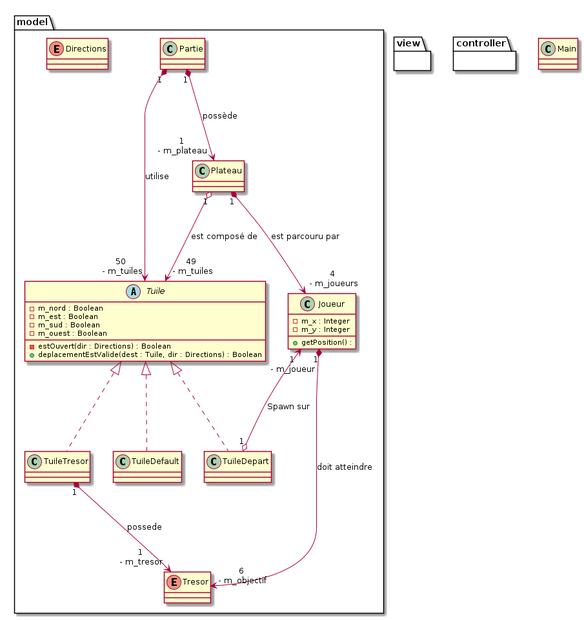
Anybody368/Labyrinthe-Java keeps this PlantUML diagram as labyrinthe.png. Above is the earlier version. Its source is kept beside it as labyrinthe.puml. The source it was exported from:
```plantuml
@startuml

class Main

package model
{
    class Partie
    {

    }

    class Plateau
    {

    }

    abstract class Tuile
    {
        - m_nord : Boolean
        - m_est : Boolean
        - m_sud : Boolean
        - m_ouest : Boolean

        - estOuvert(dir : Directions) : Boolean
        + deplacementEstValide(dest : Tuile, dir : Directions) : Boolean
    }

    enum Directions
    {

    }

    class TuileDefault
    {

    }

    class TuileDepart
    {

    }

    class TuileTresor
    {

    }

    class Joueur
    {
        - m_x : Integer
        - m_y : Integer

        + getPosition() :
    }

    enum Tresor
    {

    }
}

package view
{

}

package controller
{

}

TuileDefault .u..|> Tuile
TuileTresor .u..|> Tuile
TuileDepart .u..|> Tuile

Partie "1" *---> "1\n - m_plateau" Plateau : possède
Partie "1" *---> "50\n - m_tuiles" Tuile : utilise

Plateau "1" o---> "49\n - m_tuiles" Tuile : est composé de
Plateau "1" *---> "4\n - m_joueurs" Joueur : est parcouru par

TuileTresor "1" *---> "1\n - m_tresor" Tresor : possede
TuileDepart "1" o-l--> "1\n - m_joueur" Joueur : Spawn sur

Joueur "1" *---> "6\n - m_objectif" Tresor : doit atteindre

@enduml
```
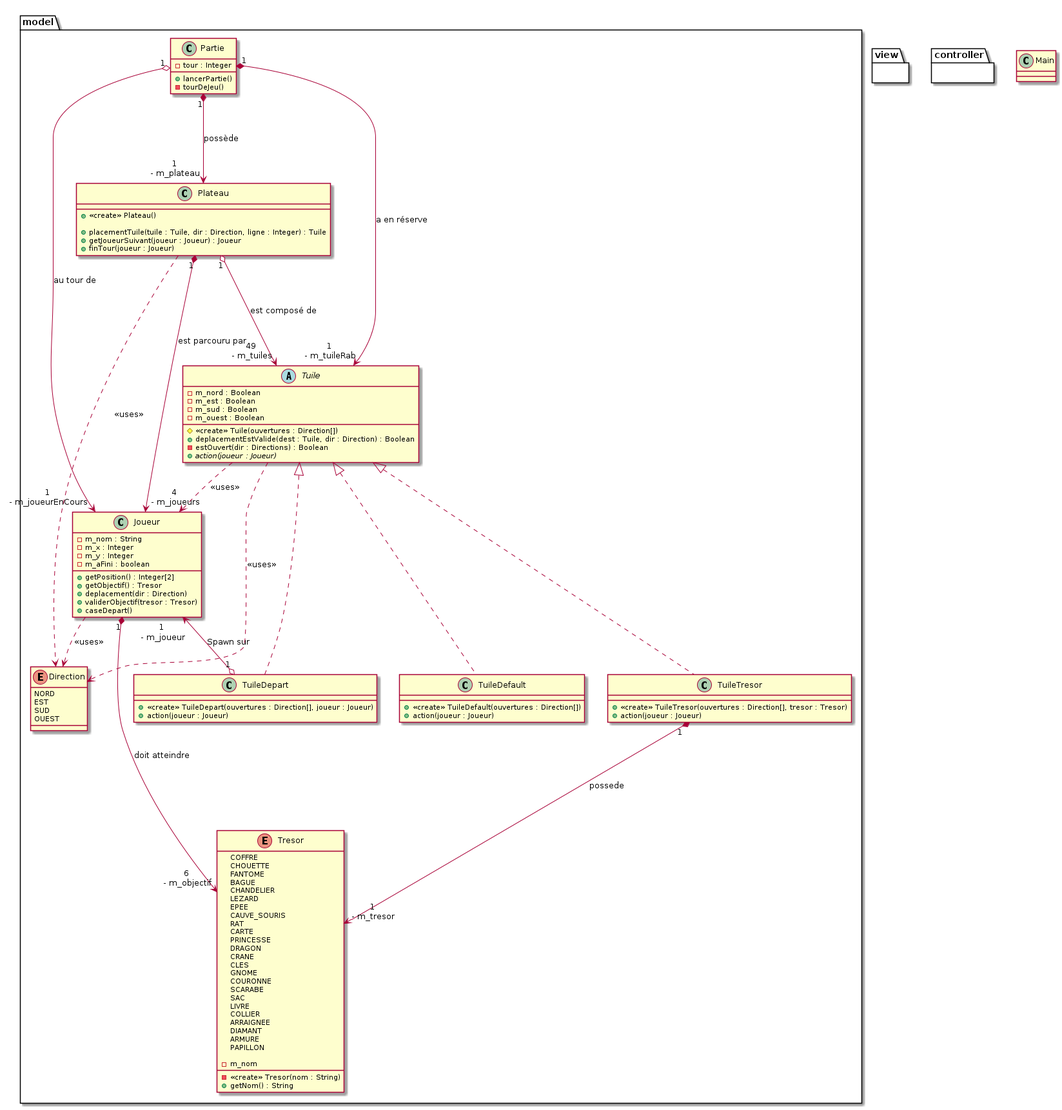
After the change.

Commit message:
Avancement UML

What changed in the source:
```diff
@@ -6,12 +6,28 @@
 {
     class Partie
     {
+        - tour : Integer
 
+        + lancerPartie()
+        - tourDeJeu()
     }
 
     class Plateau
     {
+        + <<create>> Plateau()
 
+        + placementTuile(tuile : Tuile, dir : Direction, ligne : Integer) : Tuile
+        + getJoueurSuivant(joueur : Joueur) : Joueur
+        + finTour(joueur : Joueur)
+    }
+    Plateau ..> Direction : <<uses>>
+
+    enum Direction
+    {
+        NORD
+        EST
+        SUD
+        OUEST
     }
 
     abstract class Tuile
@@ -21,41 +37,77 @@
         - m_sud : Boolean
         - m_ouest : Boolean
 
+        # <<create>> Tuile(ouvertures : Direction[])
+        + deplacementEstValide(dest : Tuile, dir : Direction) : Boolean
         - estOuvert(dir : Directions) : Boolean
-        + deplacementEstValide(dest : Tuile, dir : Directions) : Boolean
+        + {abstract} action(joueur : Joueur)
     }
-
-    enum Directions
-    {
-
-    }
+    Tuile ..> Direction : <<uses>>
+    Tuile ..> Joueur : <<uses>>
 
     class TuileDefault
     {
-
+        + <<create>> TuileDefault(ouvertures : Direction[])
+        + action(joueur : Joueur)
     }
 
     class TuileDepart
     {
-
+        + <<create>> TuileDepart(ouvertures : Direction[], joueur : Joueur)
+        + action(joueur : Joueur)
     }
 
     class TuileTresor
     {
-
+        + <<create>> TuileTresor(ouvertures : Direction[], tresor : Tresor)
+        + action(joueur : Joueur)
     }
 
     class Joueur
     {
+        - m_nom : String
         - m_x : Integer
         - m_y : Integer
+        - m_aFini : boolean
 
-        + getPosition() :
+        + getPosition() : Integer[2]
+        + getObjectif() : Tresor
+        + deplacement(dir : Direction)
+        + validerObjectif(tresor : Tresor)
+        + caseDepart()
     }
+    Joueur ..> Direction : <<uses>>
 
     enum Tresor
     {
+        COFFRE
+        CHOUETTE
+        FANTOME
+        BAGUE
+        CHANDELIER
+        LEZARD
+        EPEE
+        CAUVE_SOURIS
+        RAT
+        CARTE
+        PRINCESSE
+        DRAGON
+        CRANE
+        CLES
+        GNOME
+        COURONNE
+        SCARABE
+        SAC
+        LIVRE
+        COLLIER
+        ARRAIGNEE
+        DIAMANT
+        ARMURE
+        PAPILLON
 
+        - <<create>> Tresor(nom : String)
+        - m_nom
+        + getNom() : String
     }
 }
 
@@ -74,7 +126,8 @@
 TuileDepart .u..|> Tuile
 
 Partie "1" *---> "1\n - m_plateau" Plateau : possède
-Partie "1" *---> "50\n - m_tuiles" Tuile : utilise
+Partie "1" *---> "1\n - m_tuileRab" Tuile : a en réserve
+Partie "1" o---> "1\n - m_joueurEnCours" Joueur : au tour de
 
 Plateau "1" o---> "49\n - m_tuiles" Tuile : est composé de
 Plateau "1" *---> "4\n - m_joueurs" Joueur : est parcouru par
```
